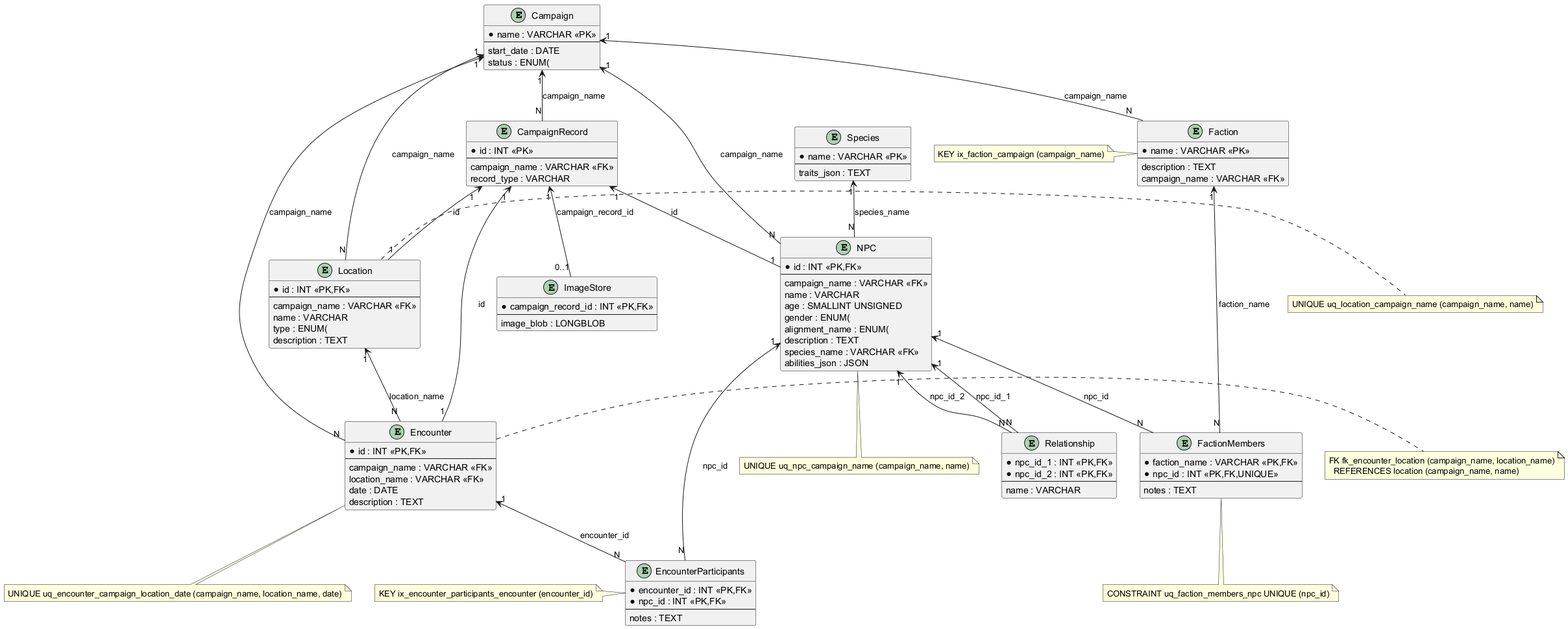
Earlier version of the PlantUML export docs/images/erd.png (rbroderi/TTRPGDataManager).
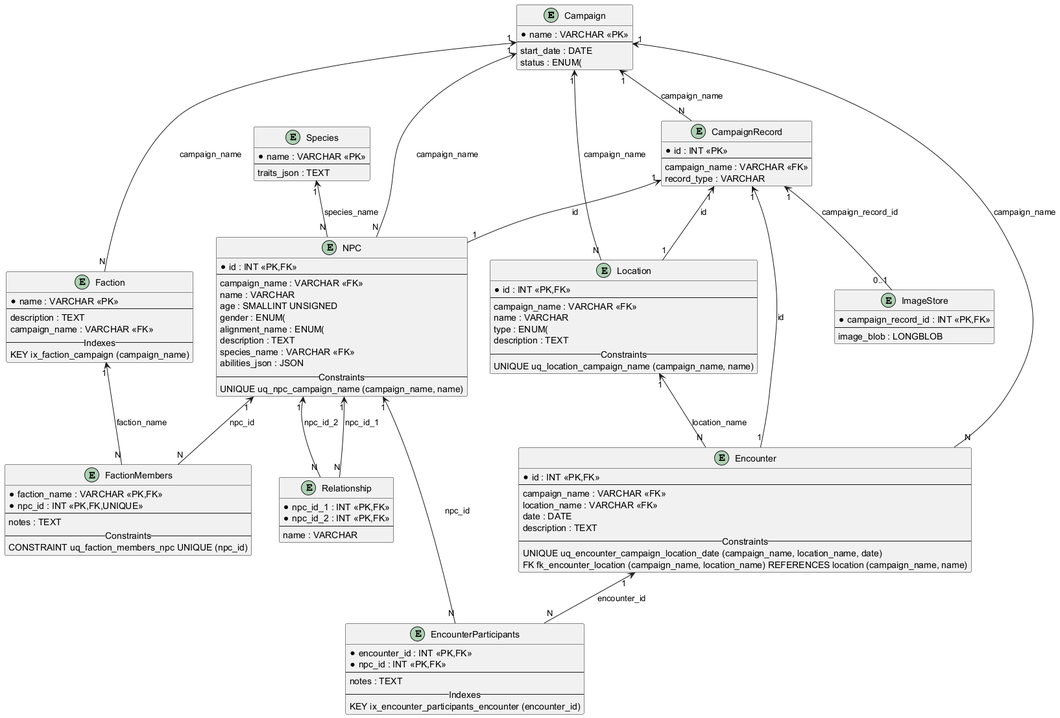
After the commit.

Diff of the diagram source:
```diff
@@ -19,6 +19,8 @@
   --
   description : TEXT
   campaign_name : VARCHAR <<FK>>
+  -- Indexes --
+  KEY ix_faction_campaign (campaign_name)
 }
 
 entity FactionMembers {
@@ -26,6 +28,8 @@
   *npc_id : INT <<PK,FK,UNIQUE>>
   --
   notes : TEXT
+  -- Constraints --
+  CONSTRAINT uq_faction_members_npc UNIQUE (npc_id)
 }
 
 entity Relationship {
@@ -40,6 +44,8 @@
   *npc_id : INT <<PK,FK>>
   --
   notes : TEXT
+  -- Indexes --
+  KEY ix_encounter_participants_encounter (encounter_id)
 }
 
 together {
@@ -57,6 +63,8 @@
     name : VARCHAR
     type : ENUM(
     description : TEXT
+  -- Constraints --
+  UNIQUE uq_location_campaign_name (campaign_name, name)
   }
 
   entity Encounter {
@@ -66,6 +74,9 @@
     location_name : VARCHAR <<FK>>
     date : DATE
     description : TEXT
+    -- Constraints --
+    UNIQUE uq_encounter_campaign_location_date (campaign_name, location_name, date)
+    FK fk_encounter_location (campaign_name, location_name) REFERENCES location (campaign_name, name)
   }
 
   entity ImageStore {
@@ -86,6 +97,8 @@
   description : TEXT
   species_name : VARCHAR <<FK>>
   abilities_json : JSON
+  -- Constraints --
+  UNIQUE uq_npc_campaign_name (campaign_name, name)
 }
 
 Campaign "1" <-- "N" CampaignRecord : campaign_name
@@ -105,34 +118,4 @@
 NPC "1" <-- "N" EncounterParticipants : npc_id
 NPC "1" <-- "N" Relationship : npc_id_1
 NPC "1" <-- "N" Relationship : npc_id_2
-
-note bottom of FactionMembers
-  CONSTRAINT uq_faction_members_npc UNIQUE (npc_id)
-end note
-
-note left of Faction
-  KEY ix_faction_campaign (campaign_name)
-end note
-
-note right of Location
-  UNIQUE uq_location_campaign_name (campaign_name, name)
-end note
-
-note bottom of Encounter
-  UNIQUE uq_encounter_campaign_location_date (campaign_name, location_name, date)
-end note
-
-note right of Encounter
-  FK fk_encounter_location (campaign_name, location_name)
-    REFERENCES location (campaign_name, name)
-end note
-
-note bottom of NPC
-  UNIQUE uq_npc_campaign_name (campaign_name, name)
-end note
-
-note left of EncounterParticipants
-  KEY ix_encounter_participants_encounter (encounter_id)
-end note
-
 @enduml
```
